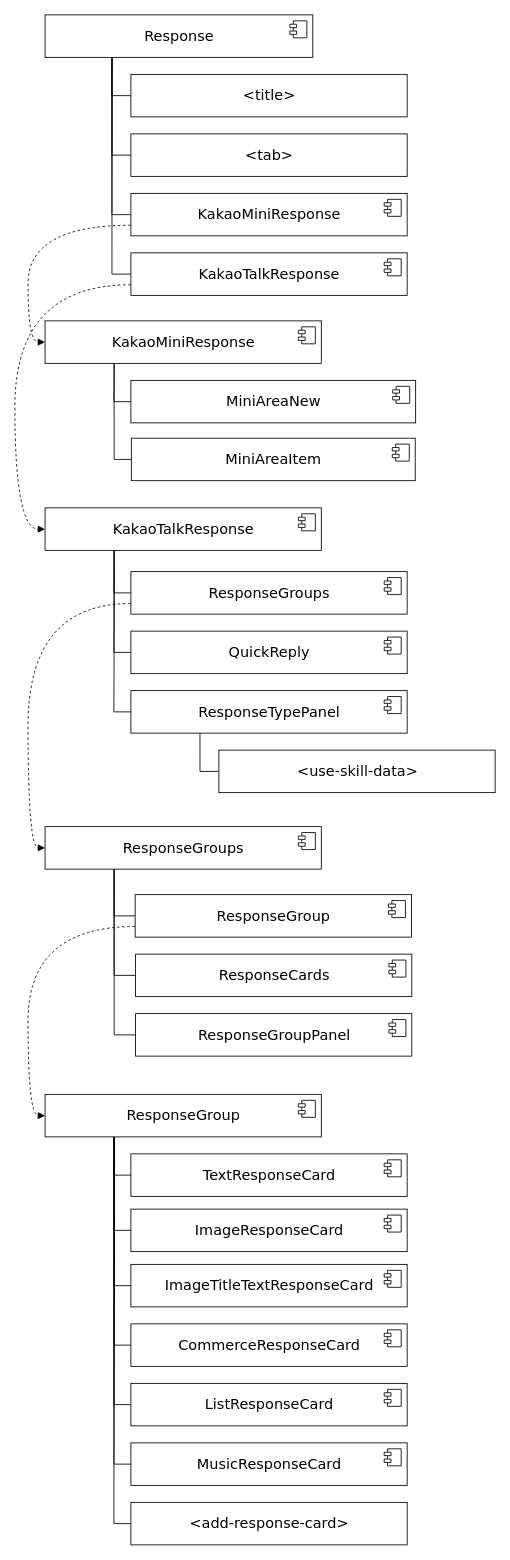
Earlier version of the draw.io diagram page "TO BE" (2 of 4) of 리펙토링/ResponseComponent.drawio (ChoDragon9/posts). Source tidied: cells renumbered, new cells numbered last; positions are measured from the earlier drawing's top-left corner, leaving out a move shared by most shapes. Both pictures are drawn from the tidied source at 85%, with x=0, y=0 at pixel (14, 14).
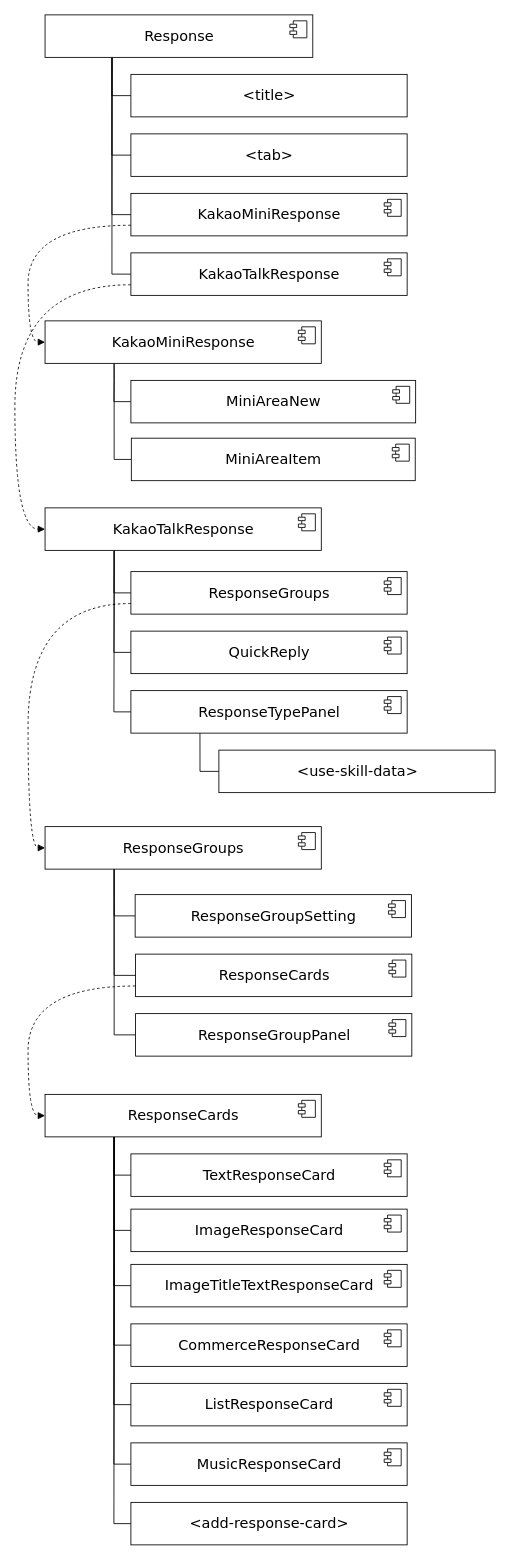
Above is the later version.

Unchanged cells that the change refers to:
```xml
<mxCell id="59" value="&lt;span style=&quot;font-size: 17px&quot;&gt;ResponseCards&lt;br&gt;&lt;/span&gt;" style="html=1;fontStyle=0;fontFamily=Verdana;fontSize=17;" parent="1" vertex="1">
  <mxGeometry x="142" y="1105" width="325" height="50" as="geometry" />
</mxCell>
```

What changed in the source:
```diff
@@
-    <mxCell id="56" style="edgeStyle=orthogonalEdgeStyle;curved=1;rounded=0;jettySize=auto;html=1;exitX=0;exitY=0.75;exitDx=0;exitDy=0;entryX=0;entryY=0.5;entryDx=0;entryDy=0;dashed=1;endArrow=block;endFill=1;fontFamily=Verdana;fontSize=17;" parent="1" edge="1" source="57" target="70">
+    <mxCell id="56" style="edgeStyle=orthogonalEdgeStyle;curved=1;rounded=0;jettySize=auto;html=1;exitX=0;exitY=0.75;exitDx=0;exitDy=0;entryX=0;entryY=0.5;entryDx=0;entryDy=0;dashed=1;endArrow=block;endFill=1;fontFamily=Verdana;fontSize=17;" parent="1" edge="1" source="59" target="70">
       <mxGeometry relative="1" as="geometry" />
     </mxCell>
-    <mxCell id="57" value="&lt;span style=&quot;font-size: 17px&quot;&gt;ResponseGroup&lt;br&gt;&lt;/span&gt;" style="html=1;fontStyle=0;fontFamily=Verdana;fontSize=17;" parent="1" vertex="1">
+    <mxCell id="57" value="&lt;span style=&quot;font-size: 17px&quot;&gt;ResponseGroupSetting&lt;br&gt;&lt;/span&gt;" style="html=1;fontStyle=0;fontFamily=Verdana;fontSize=17;" parent="1" vertex="1">
       <mxGeometry x="141.5" y="1035" width="325" height="50" as="geometry" />
     </mxCell>
@@
-    <mxCell id="70" value="&lt;span style=&quot;font-size: 17px&quot;&gt;ResponseGroup&lt;br&gt;&lt;/span&gt;" style="html=1;fontStyle=0;fontFamily=Verdana;fontSize=17;" parent="1" vertex="1">
+    <mxCell id="70" value="&lt;span style=&quot;font-size: 17px&quot;&gt;ResponseCards&lt;br&gt;&lt;/span&gt;" style="html=1;fontStyle=0;fontFamily=Verdana;fontSize=17;" parent="1" vertex="1">
       <mxGeometry x="35.5" y="1270" width="325" height="50" as="geometry" />
     </mxCell>
```
